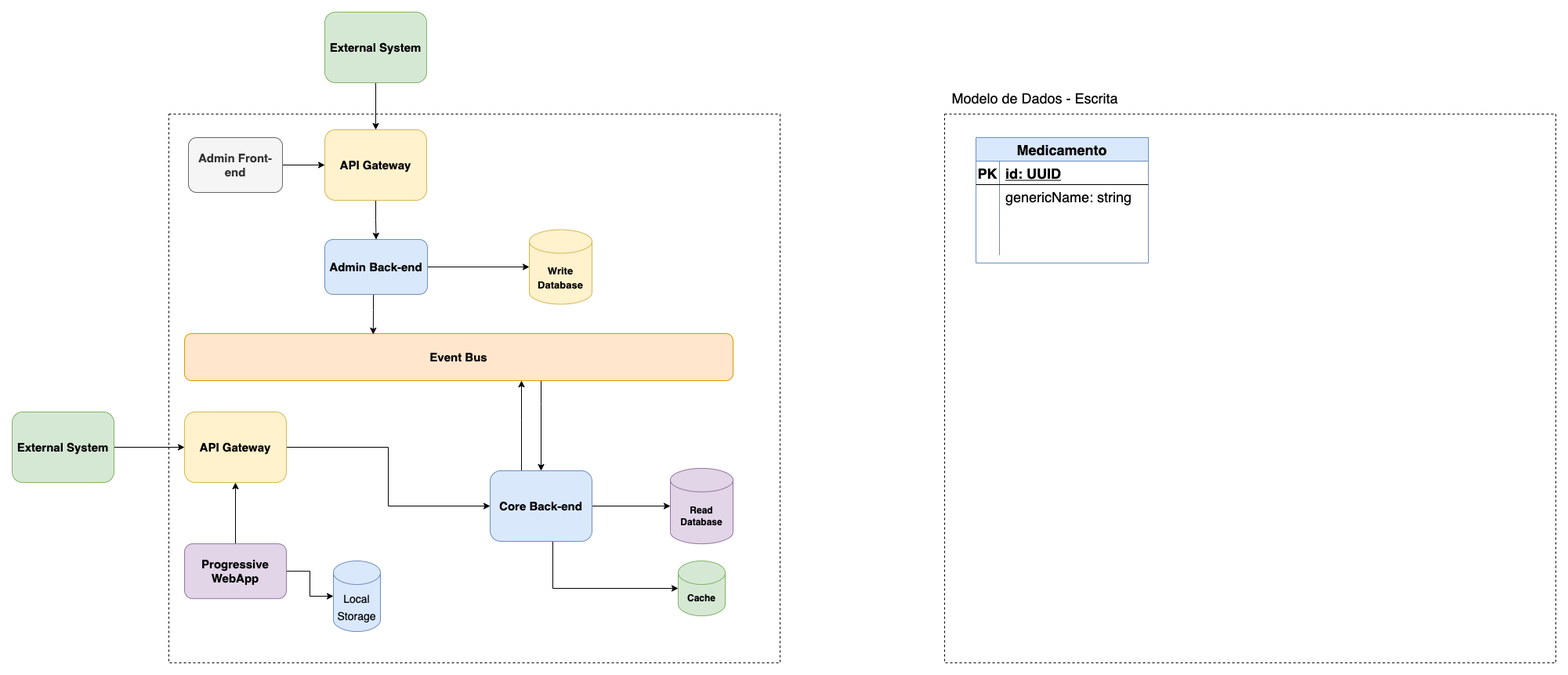
This is trabalho/componentes.png from guilhermefaleiros/software-design-2021, a draw.io export, as it was before one commit. Source tidied: cells renumbered, new cells last; positions are measured from the earlier drawing's top-left corner, leaving out a move shared by most shapes.
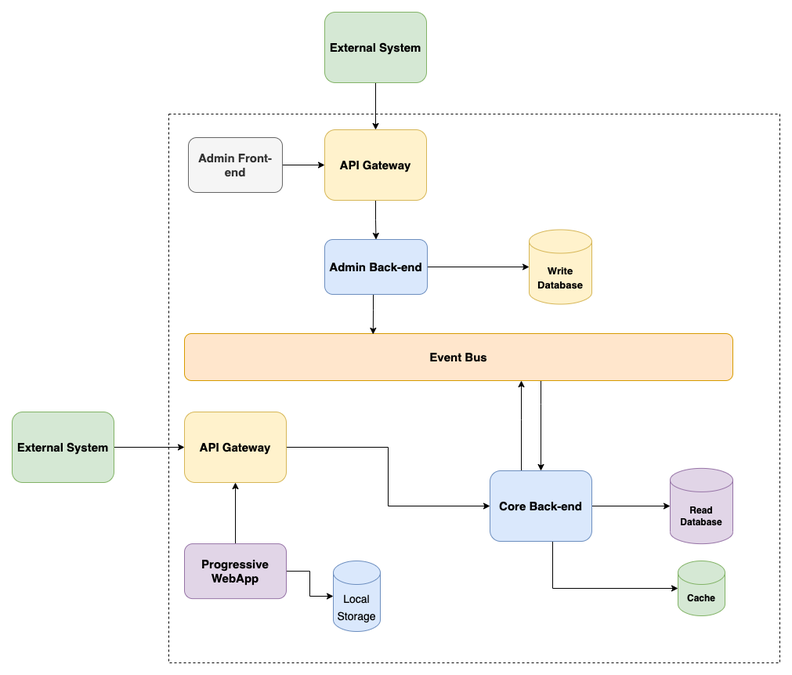
Above is the later version.

Commit message:
fix: changing the component diagram

The edit, as a diff of the source:
```diff
@@ -104,51 +104,6 @@
     <mxCell id="27" value="&lt;span style=&quot;font-size: 15px&quot;&gt;&lt;b&gt;External System&lt;/b&gt;&lt;/span&gt;" style="rounded=1;whiteSpace=wrap;html=1;fillColor=#d5e8d4;strokeColor=#82b366;" parent="1" vertex="1">
       <mxGeometry x="399" width="130" height="90" as="geometry" />
     </mxCell>
-    <mxCell id="28" style="rounded=0;whiteSpace=wrap;html=1;fontSize=15;dashed=1;" parent="1" vertex="1">
-      <mxGeometry x="1190" y="130" width="780" height="700" as="geometry" />
-    </mxCell>
-    <mxCell id="29" value="&lt;font style=&quot;font-size: 18px&quot;&gt;Modelo de Dados - Escrita&lt;/font&gt;" style="text;html=1;align=center;verticalAlign=middle;strokeColor=none;fillColor=none;" parent="1" vertex="1">
-      <mxGeometry x="1190" y="100" width="230" height="20" as="geometry" />
-    </mxCell>
-    <mxCell id="30" value="Medicamento" style="shape=table;startSize=30;rowLines=0;fontStyle=1;align=center;fontSize=18;fillColor=#dae8fc;strokeColor=#6c8ebf;" parent="1" vertex="1">
-      <mxGeometry x="1230" y="160" width="220" height="160" as="geometry" />
-    </mxCell>
-    <mxCell id="31" style="shape=tableRow;horizontal=0;startSize=0;swimlaneHead=0;swimlaneBody=0;fillColor=none;top=0;left=0;right=0;bottom=1;fontSize=18;" parent="30" vertex="1">
-      <mxGeometry y="30" width="220" height="30" as="geometry" />
-    </mxCell>
-    <mxCell id="32" value="PK" style="shape=partialRectangle;fillColor=none;top=0;left=0;bottom=0;right=0;fontStyle=1;overflow=hidden;fontSize=18;" parent="31" vertex="1">
-      <mxGeometry width="30" height="30" as="geometry" />
-    </mxCell>
-    <mxCell id="33" value="id: UUID" style="shape=partialRectangle;fillColor=none;top=0;left=0;bottom=0;right=0;align=left;spacingLeft=6;fontStyle=5;overflow=hidden;fontSize=18;" parent="31" vertex="1">
-      <mxGeometry x="30" width="190" height="30" as="geometry" />
-    </mxCell>
-    <mxCell id="34" style="shape=tableRow;horizontal=0;startSize=0;swimlaneHead=0;swimlaneBody=0;fillColor=none;top=0;left=0;right=0;bottom=0;fontSize=18;" parent="30" vertex="1">
-      <mxGeometry y="60" width="220" height="30" as="geometry" />
-    </mxCell>
-    <mxCell id="35" style="shape=partialRectangle;fillColor=none;top=0;left=0;bottom=0;right=0;overflow=hidden;fontSize=18;" parent="34" vertex="1">
-      <mxGeometry width="30" height="30" as="geometry" />
-    </mxCell>
-    <mxCell id="36" value="genericName: string" style="shape=partialRectangle;fillColor=none;top=0;left=0;bottom=0;right=0;align=left;spacingLeft=6;overflow=hidden;fontSize=18;" parent="34" vertex="1">
-      <mxGeometry x="30" width="190" height="30" as="geometry" />
-    </mxCell>
-    <mxCell id="37" style="shape=tableRow;horizontal=0;startSize=0;swimlaneHead=0;swimlaneBody=0;fillColor=none;top=0;left=0;right=0;bottom=0;fontSize=18;" parent="30" vertex="1">
-      <mxGeometry y="90" width="220" height="30" as="geometry" />
-    </mxCell>
-    <mxCell id="38" style="shape=partialRectangle;fillColor=none;top=0;left=0;bottom=0;right=0;overflow=hidden;fontSize=18;" parent="37" vertex="1">
-      <mxGeometry width="30" height="30" as="geometry" />
-    </mxCell>
-    <mxCell id="39" style="shape=partialRectangle;fillColor=none;top=0;left=0;bottom=0;right=0;align=left;spacingLeft=6;overflow=hidden;fontSize=18;" parent="37" vertex="1">
-      <mxGeometry x="30" width="190" height="30" as="geometry" />
-    </mxCell>
-    <mxCell id="40" style="shape=tableRow;horizontal=0;startSize=0;swimlaneHead=0;swimlaneBody=0;fillColor=none;top=0;left=0;right=0;bottom=0;fontSize=18;" parent="30" vertex="1">
-      <mxGeometry y="120" width="220" height="30" as="geometry" />
-    </mxCell>
-    <mxCell id="41" style="shape=partialRectangle;fillColor=none;top=0;left=0;bottom=0;right=0;overflow=hidden;fontSize=18;" parent="40" vertex="1">
-      <mxGeometry width="30" height="30" as="geometry" />
-    </mxCell>
-    <mxCell id="42" style="shape=partialRectangle;fillColor=none;top=0;left=0;bottom=0;right=0;align=left;spacingLeft=6;overflow=hidden;fontSize=18;" parent="40" vertex="1">
-      <mxGeometry x="30" width="190" height="30" as="geometry" />
-    </mxCell>
     <mxCell id="43" value="&lt;font style=&quot;font-size: 14px&quot;&gt;Local&lt;br&gt;Storage&lt;/font&gt;" style="shape=cylinder3;whiteSpace=wrap;html=1;boundedLbl=1;backgroundOutline=1;size=15;fontSize=18;fillColor=#dae8fc;strokeColor=#6c8ebf;" parent="1" vertex="1">
       <mxGeometry x="410" y="700" width="60" height="90" as="geometry" />
     </mxCell>
```
